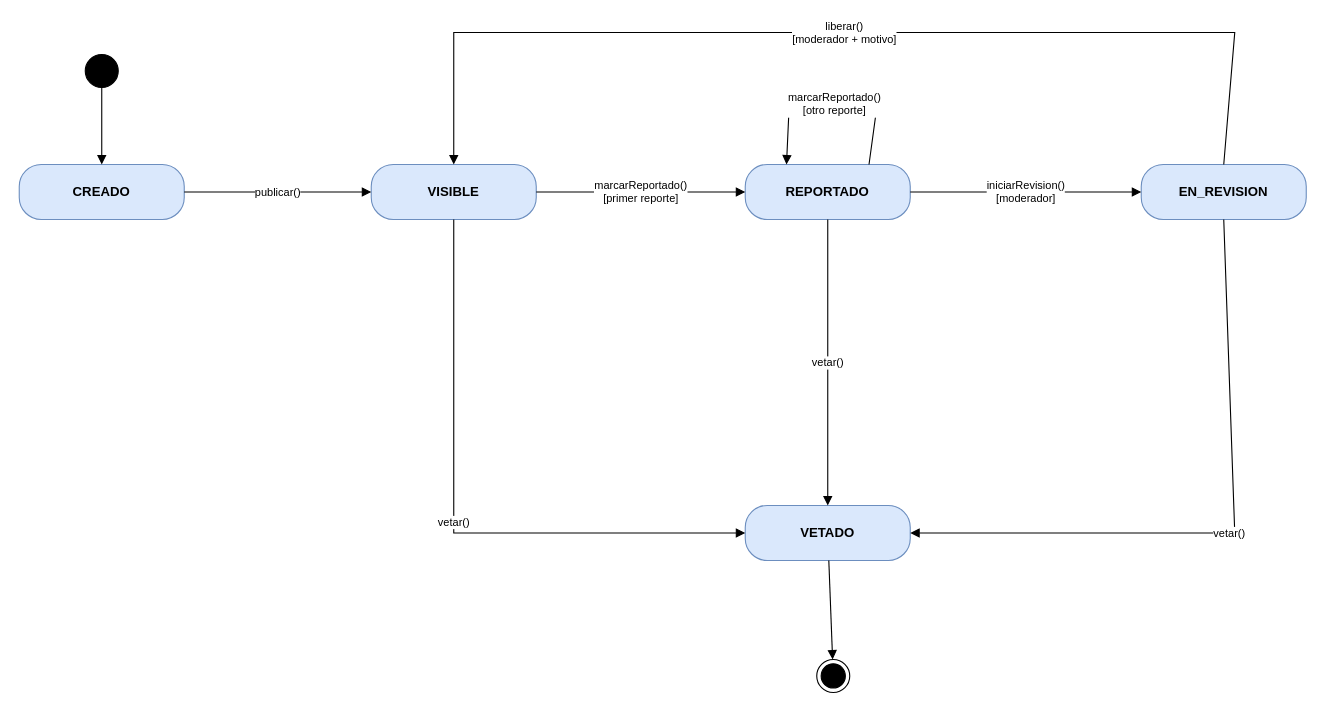
Above: page "Estado de Kudo y Réplica" (1 of 6) of documentacion/fuentes/diagramas-estado.drawio in JaiderSoto07/kudos-backend (draw.io), before the change. Source tidied: cells renumbered, new cells numbered last; positions are measured from the earlier drawing's top-left corner, leaving out a move shared by most shapes. Both pictures are drawn from the tidied source at 110%, with x=0, y=0 at pixel (19, 32).
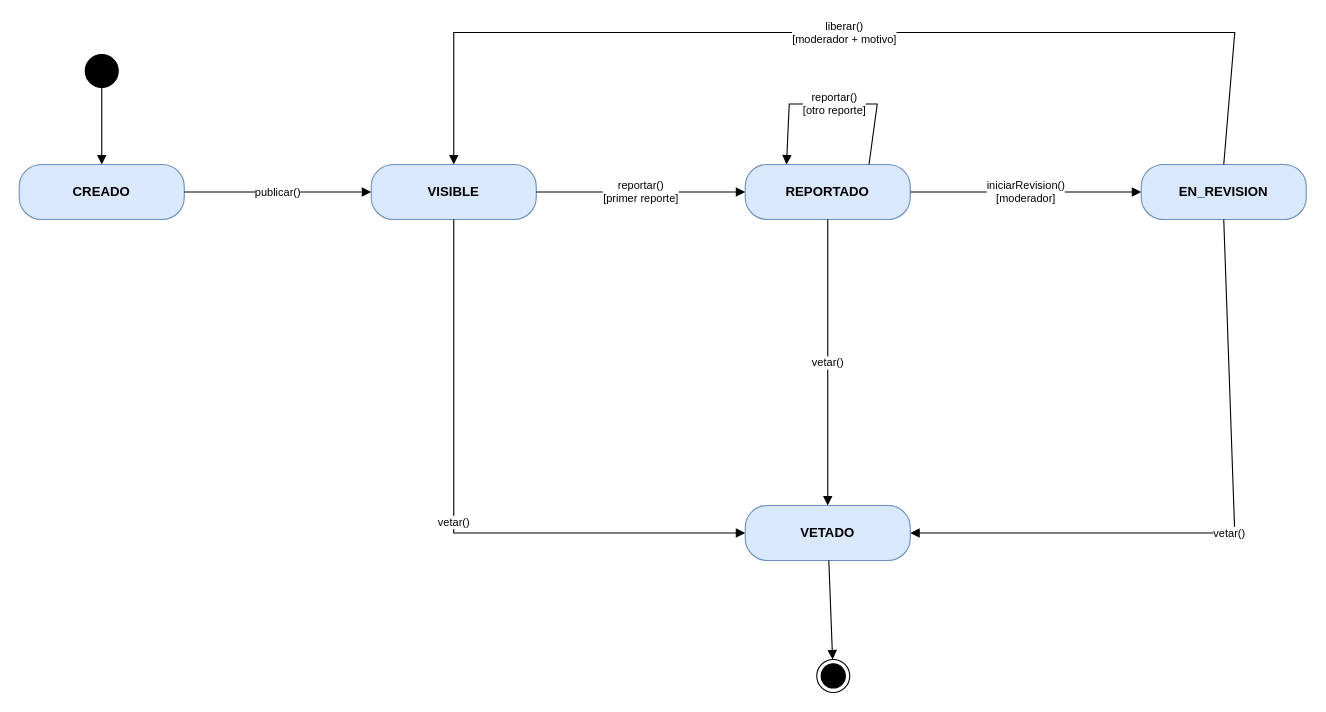
After the change.

The change refers to these unchanged cells:
```xml
<mxCell id="3" value="VISIBLE" style="rounded=1;whiteSpace=wrap;html=1;arcSize=40;fillColor=#dae8fc;strokeColor=#6c8ebf;fontStyle=1;" parent="1" vertex="1">
  <mxGeometry x="320" y="120" width="150" height="50" as="geometry" />
</mxCell>
<mxCell id="4" value="REPORTADO" style="rounded=1;whiteSpace=wrap;html=1;arcSize=40;fillColor=#dae8fc;strokeColor=#6c8ebf;fontStyle=1;" parent="1" vertex="1">
  <mxGeometry x="660" y="120" width="150" height="50" as="geometry" />
</mxCell>
```

Diff of the diagram source:
```diff
@@
-    <mxCell id="12" value="marcarReportado()&lt;br&gt;[primer reporte]" style="endArrow=block;endFill=1;html=1;rounded=0;fontSize=10;labelBackgroundColor=#ffffff;edgeStyle=none;" parent="1" edge="1" source="3" target="4">
+    <mxCell id="12" value="reportar()&lt;br&gt;[primer reporte]" style="endArrow=block;endFill=1;html=1;rounded=0;fontSize=10;labelBackgroundColor=#ffffff;edgeStyle=none;" parent="1" edge="1" source="3" target="4">
       <mxGeometry relative="1" as="geometry" />
     </mxCell>
-    <mxCell id="13" value="marcarReportado()&lt;br&gt;[otro reporte]" style="endArrow=block;endFill=1;html=1;rounded=0;fontSize=10;labelBackgroundColor=#ffffff;edgeStyle=none;exitX=0.75;exitY=0;entryX=0.25;entryY=0;" parent="1" edge="1" source="4" target="4">
+    <mxCell id="13" value="reportar()&lt;br&gt;[otro reporte]" style="endArrow=block;endFill=1;html=1;rounded=0;fontSize=10;labelBackgroundColor=#ffffff;edgeStyle=none;exitX=0.75;exitY=0;entryX=0.25;entryY=0;" parent="1" edge="1" source="4" target="4">
       <mxGeometry relative="1" as="geometry">
         <Array as="points">
           <mxPoint x="780" y="65" />
           <mxPoint x="700" y="65" />
         </Array>
       </mxGeometry>
     </mxCell>
```
